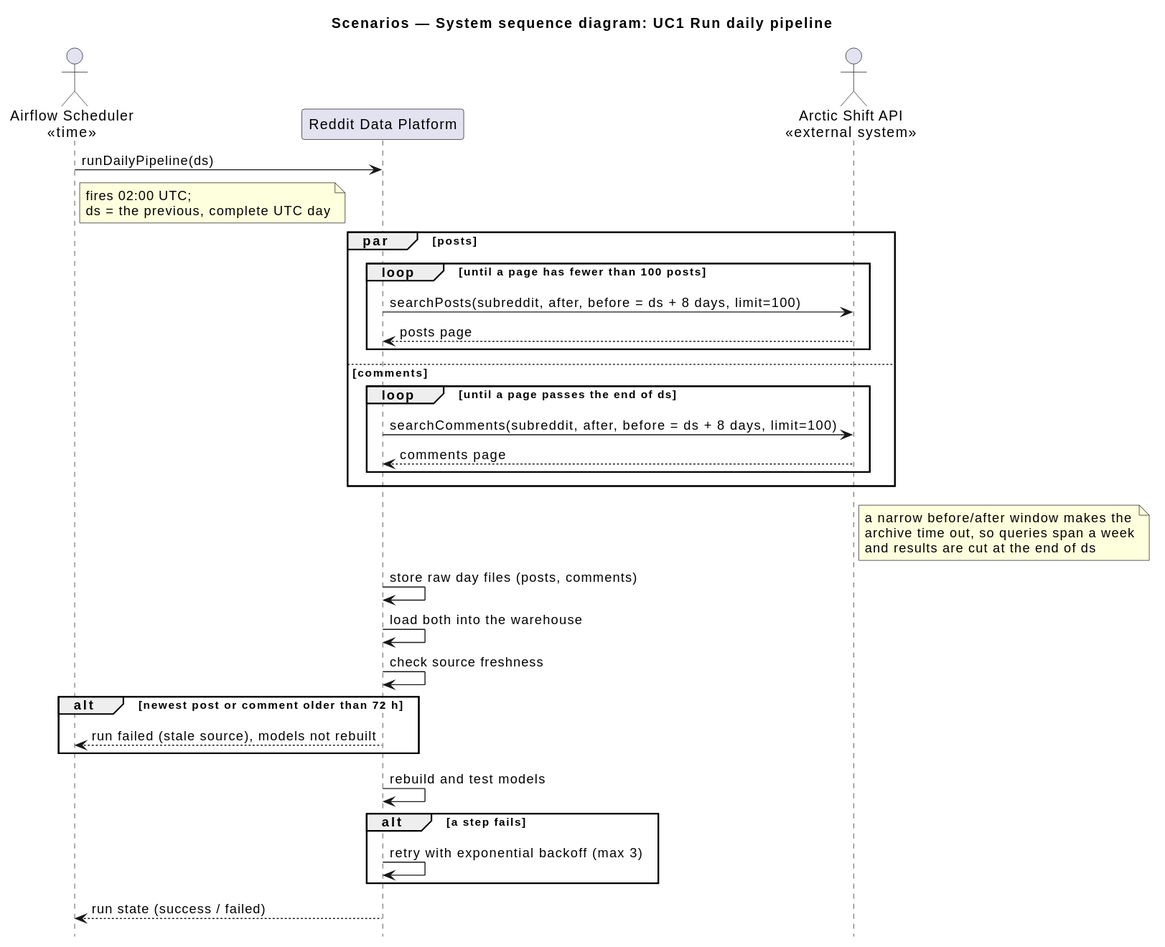
The PlantUML diagram docs/architecture/diagrams/ssd-daily-pipeline.svg in modsomjeed/reddit-dataeng, before a commit.
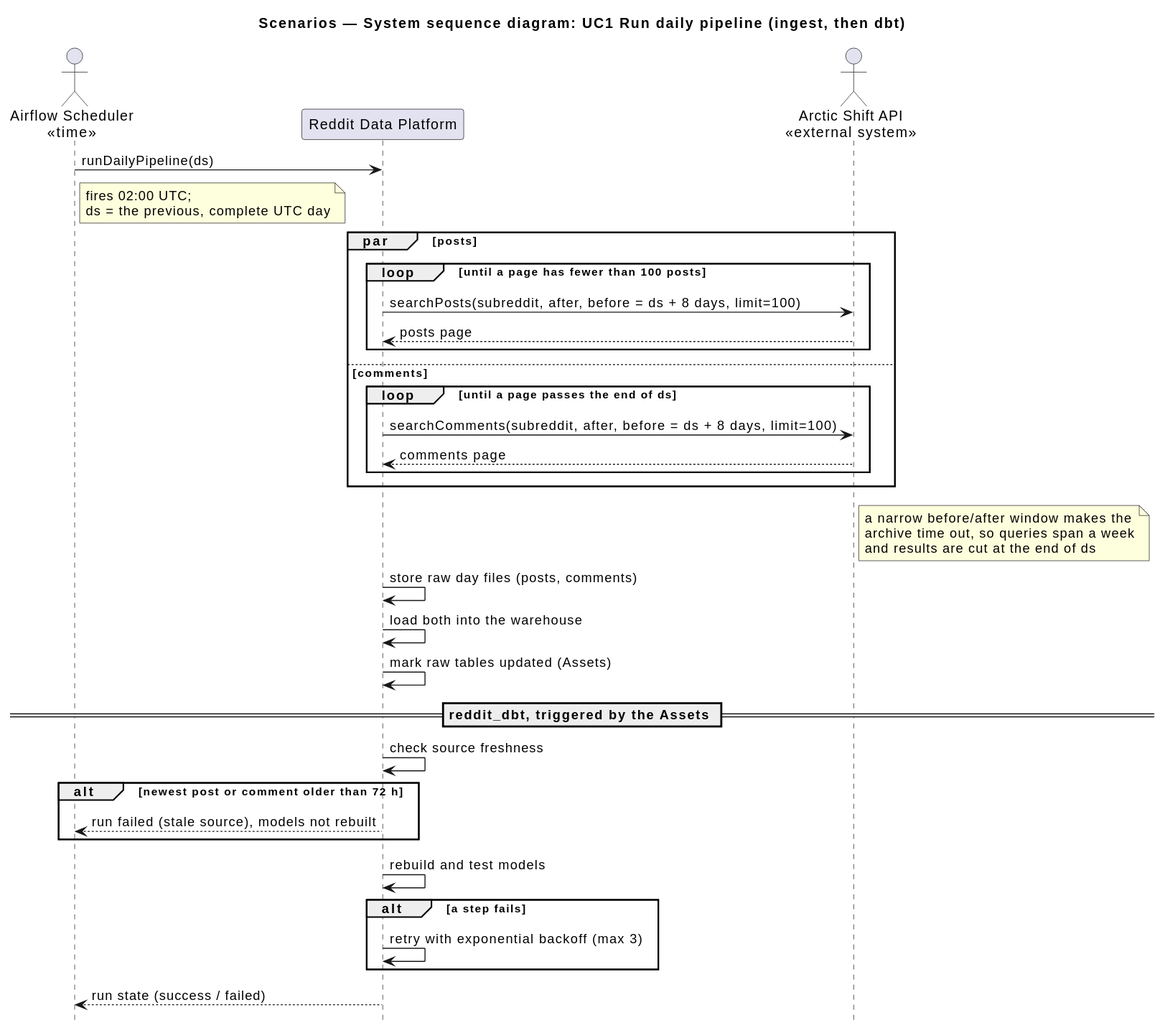
Later version of the same file.

The edit, as a diff of the source:
```diff
@@ -1,5 +1,5 @@
 @startuml
-title Scenarios — System sequence diagram: UC1 Run daily pipeline
+title Scenarios — System sequence diagram: UC1 Run daily pipeline (ingest, then dbt)
 skinparam shadowing false
 hide footbox
 
@@ -32,6 +32,10 @@
 
 system -> system : store raw day files (posts, comments)
 system -> system : load both into the warehouse
+system -> system : mark raw tables updated (Assets)
+
+== reddit_dbt, triggered by the Assets ==
+
 system -> system : check source freshness
 
 alt newest post or comment older than 72 h
```
